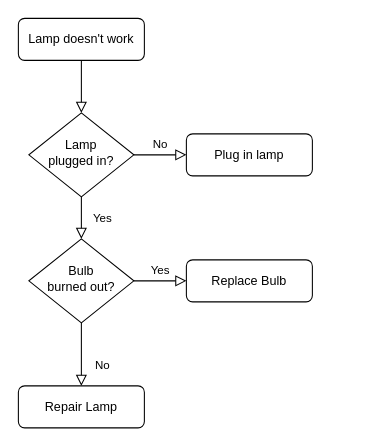
Earlier version of the draw.io diagram Untitled Diagram.drawio (TamannaGrover/Shakti_Internship). Source tidied: cells renumbered, new cells numbered last; positions are measured from the earlier drawing's top-left corner, leaving out a move shared by most shapes. Both pictures are drawn from the tidied source at 105%, with x=0, y=0 at pixel (18, 18).
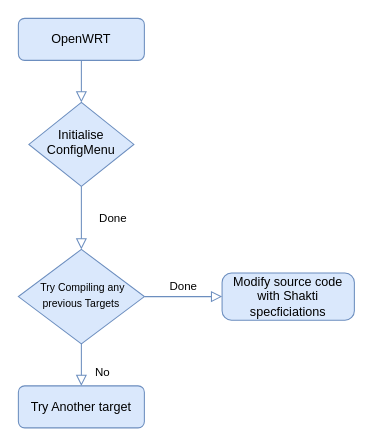
The same diagram, later.

Change to the diagram source:
```diff
@@
 <mxGraphModel>
   <root>
     <mxCell id="0" />
     <mxCell id="1" parent="0" />
-    <mxCell id="2" style="rounded=0;html=1;jettySize=auto;fontSize=11;endArrow=block;endFill=0;endSize=8;strokeWidth=1;shadow=0;labelBackgroundColor=none;edgeStyle=orthogonalEdgeStyle;" parent="1" edge="1" source="3" target="6">
+    <mxCell id="2" style="rounded=0;html=1;jettySize=auto;fontSize=11;endArrow=block;endFill=0;endSize=8;strokeWidth=1;shadow=0;labelBackgroundColor=none;edgeStyle=orthogonalEdgeStyle;fillColor=#dae8fc;strokeColor=#6c8ebf;labelBorderColor=none;" parent="1" edge="1" source="3" target="6">
       <mxGeometry relative="1" as="geometry" />
     </mxCell>
-    <mxCell id="3" value="Lamp doesn't work" style="rounded=1;whiteSpace=wrap;html=1;fontSize=12;glass=0;strokeWidth=1;shadow=0;" parent="1" vertex="1">
+    <mxCell id="3" value="OpenWRT" style="rounded=1;whiteSpace=wrap;html=1;fontSize=12;glass=0;strokeWidth=1;shadow=0;fillColor=#dae8fc;strokeColor=#6c8ebf;labelBorderColor=none;" parent="1" vertex="1">
       <mxGeometry width="120" height="40" as="geometry" />
     </mxCell>
-    <mxCell id="4" value="Yes" style="rounded=0;html=1;jettySize=auto;fontSize=11;endArrow=block;endFill=0;endSize=8;strokeWidth=1;shadow=0;labelBackgroundColor=none;edgeStyle=orthogonalEdgeStyle;" parent="1" edge="1" source="6" target="10">
-      <mxGeometry y="20" relative="1" as="geometry" />
+    <mxCell id="4" value="Done" style="rounded=0;html=1;jettySize=auto;fontSize=11;endArrow=block;endFill=0;endSize=8;strokeWidth=1;shadow=0;labelBackgroundColor=none;edgeStyle=orthogonalEdgeStyle;fillColor=#dae8fc;strokeColor=#6c8ebf;labelBorderColor=none;" parent="1" edge="1" source="6" target="10">
+      <mxGeometry y="30" relative="1" as="geometry" />
     </mxCell>
-    <mxCell id="5" value="No" style="edgeStyle=orthogonalEdgeStyle;rounded=0;html=1;jettySize=auto;fontSize=11;endArrow=block;endFill=0;endSize=8;strokeWidth=1;shadow=0;labelBackgroundColor=none;" parent="1" edge="1" source="6" target="7">
-      <mxGeometry y="10" relative="1" as="geometry" />
-    </mxCell>
-    <mxCell id="6" value="Lamp&lt;br&gt;plugged in?" style="rhombus;whiteSpace=wrap;html=1;shadow=0;fontFamily=Helvetica;fontSize=12;align=center;strokeWidth=1;spacing=6;spacingTop=-4;" parent="1" vertex="1">
-      <mxGeometry x="10" y="90" width="100" height="80" as="geometry" />
+    <mxCell id="6" value="Initialise ConfigMenu" style="rhombus;whiteSpace=wrap;html=1;shadow=0;fontFamily=Helvetica;fontSize=12;align=center;strokeWidth=1;spacing=6;spacingTop=-4;fillColor=#dae8fc;strokeColor=#6c8ebf;labelBorderColor=none;" parent="1" vertex="1">
+      <mxGeometry x="10" y="80" width="100" height="80" as="geometry" />
     </mxCell>
-    <mxCell id="7" value="Plug in lamp" style="rounded=1;whiteSpace=wrap;html=1;fontSize=12;glass=0;strokeWidth=1;shadow=0;" parent="1" vertex="1">
-      <mxGeometry x="160" y="110" width="120" height="40" as="geometry" />
-    </mxCell>
-    <mxCell id="8" value="No" style="rounded=0;html=1;jettySize=auto;fontSize=11;endArrow=block;endFill=0;endSize=8;strokeWidth=1;shadow=0;labelBackgroundColor=none;edgeStyle=orthogonalEdgeStyle;" parent="1" edge="1" source="10" target="11">
+    <mxCell id="8" value="No" style="rounded=0;html=1;jettySize=auto;fontSize=11;endArrow=block;endFill=0;endSize=8;strokeWidth=1;shadow=0;labelBackgroundColor=none;edgeStyle=orthogonalEdgeStyle;fillColor=#dae8fc;strokeColor=#6c8ebf;labelBorderColor=none;" parent="1" edge="1" source="10" target="11">
       <mxGeometry x="0.33" y="20" relative="1" as="geometry" />
     </mxCell>
-    <mxCell id="9" value="Yes" style="edgeStyle=orthogonalEdgeStyle;rounded=0;html=1;jettySize=auto;fontSize=11;endArrow=block;endFill=0;endSize=8;strokeWidth=1;shadow=0;labelBackgroundColor=none;" parent="1" edge="1" source="10" target="12">
+    <mxCell id="9" value="Done" style="edgeStyle=orthogonalEdgeStyle;rounded=0;html=1;jettySize=auto;fontSize=11;endArrow=block;endFill=0;endSize=8;strokeWidth=1;shadow=0;labelBackgroundColor=none;fillColor=#dae8fc;strokeColor=#6c8ebf;labelBorderColor=none;" parent="1" edge="1" source="10" target="12">
       <mxGeometry y="10" relative="1" as="geometry" />
     </mxCell>
-    <mxCell id="10" value="Bulb&lt;br&gt;burned out?" style="rhombus;whiteSpace=wrap;html=1;shadow=0;fontFamily=Helvetica;fontSize=12;align=center;strokeWidth=1;spacing=6;spacingTop=-4;" parent="1" vertex="1">
-      <mxGeometry x="10" y="210" width="100" height="80" as="geometry" />
+    <mxCell id="10" value="&lt;font style=&quot;font-size: 10px;&quot;&gt;&amp;nbsp;Try Compiling any previous Targets&lt;/font&gt;" style="rhombus;whiteSpace=wrap;html=1;shadow=0;fontFamily=Helvetica;fontSize=12;align=center;strokeWidth=1;spacing=6;spacingTop=-4;fillColor=#dae8fc;strokeColor=#6c8ebf;labelBorderColor=none;" parent="1" vertex="1">
+      <mxGeometry y="220" width="120" height="90" as="geometry" />
     </mxCell>
-    <mxCell id="11" value="Repair Lamp" style="rounded=1;whiteSpace=wrap;html=1;fontSize=12;glass=0;strokeWidth=1;shadow=0;" parent="1" vertex="1">
+    <mxCell id="11" value="Try Another target" style="rounded=1;whiteSpace=wrap;html=1;fontSize=12;glass=0;strokeWidth=1;shadow=0;fillColor=#dae8fc;strokeColor=#6c8ebf;labelBorderColor=none;" parent="1" vertex="1">
       <mxGeometry y="350" width="120" height="40" as="geometry" />
     </mxCell>
-    <mxCell id="12" value="Replace Bulb" style="rounded=1;whiteSpace=wrap;html=1;fontSize=12;glass=0;strokeWidth=1;shadow=0;" parent="1" vertex="1">
-      <mxGeometry x="160" y="230" width="120" height="40" as="geometry" />
+    <mxCell id="12" value="Modify source code with Shakti specficiations" style="rounded=1;whiteSpace=wrap;html=1;fontSize=12;glass=0;strokeWidth=1;shadow=0;arcSize=20;fillColor=#dae8fc;strokeColor=#6c8ebf;labelBorderColor=none;" parent="1" vertex="1">
+      <mxGeometry x="194" y="242.5" width="126" height="45" as="geometry" />
     </mxCell>
   </root>
 </mxGraphModel>
```
